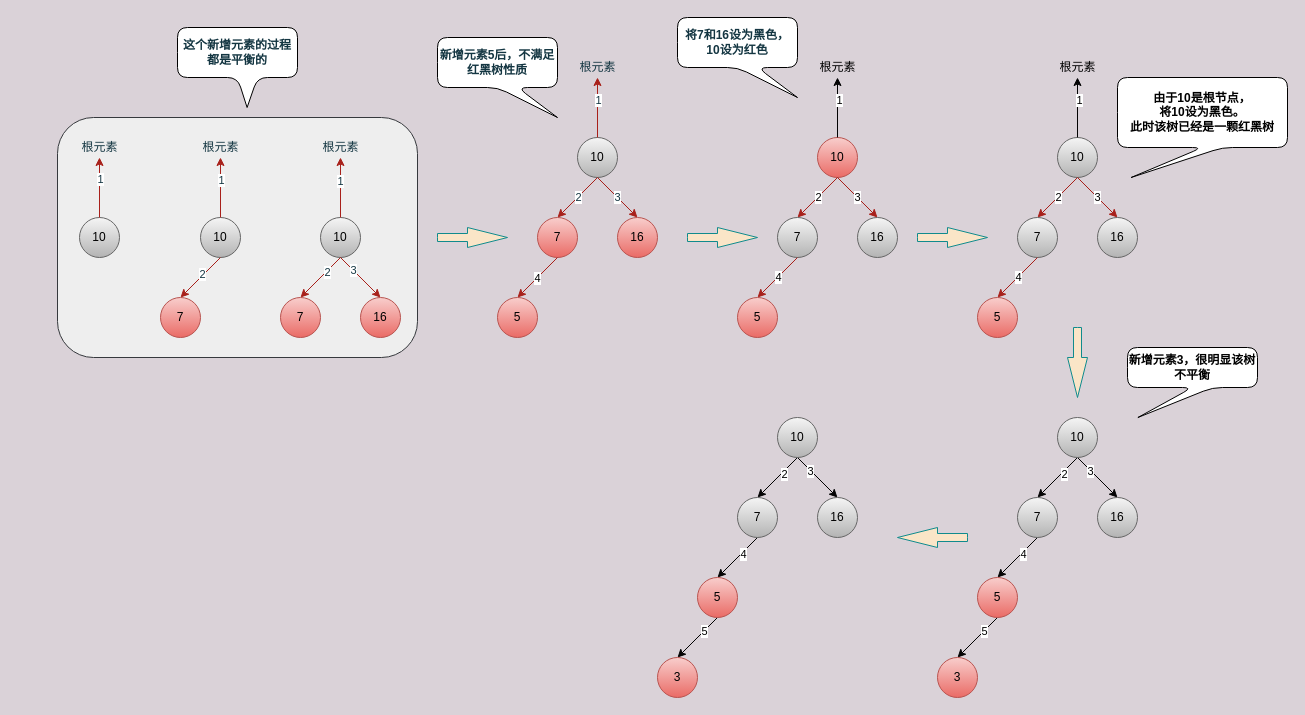
LDChing0321/JavaLearn keeps this draw.io diagram as typora/JavaSE/6 集合/drawio/TreeMap/维护红黑树平衡2.drawio. Above is the earlier version. Source tidied: cells renumbered, new cells numbered last; positions are measured from the earlier drawing's top-left corner, leaving out a move shared by most shapes. Both pictures are drawn from the tidied source at 100%, with x=0, y=0 at pixel (57, 17).
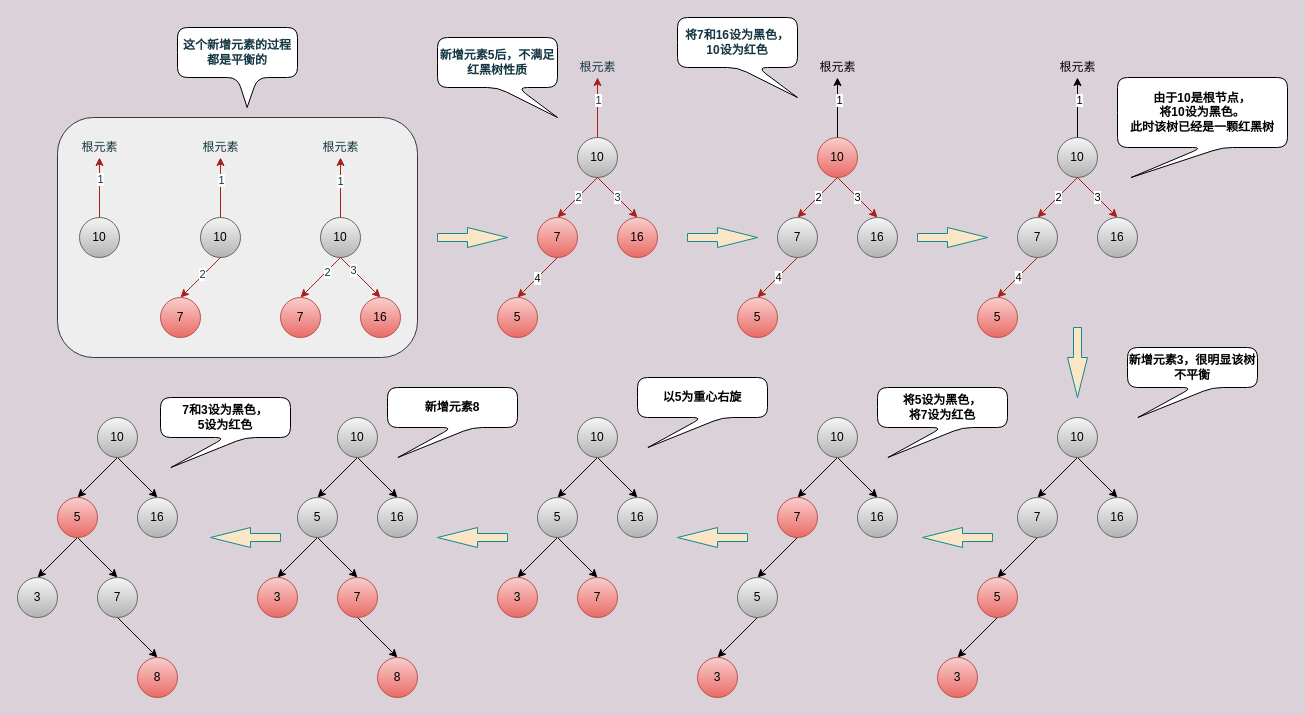
After the change.

Commit message (it also covers changes not shown here):
更新维护红黑树平衡2.drawio

The change refers to these unchanged cells:
```xml
<mxCell id="78" style="edgeStyle=none;rounded=0;jettySize=auto;html=1;exitX=0.5;exitY=1;exitDx=0;exitDy=0;entryX=0.5;entryY=0;entryDx=0;entryDy=0;strokeColor=#030303;" parent="1" edge="1" source="82" target="85">
  <mxGeometry relative="1" as="geometry" />
</mxCell>
<mxCell id="80" style="edgeStyle=none;rounded=0;jettySize=auto;html=1;exitX=0.5;exitY=1;exitDx=0;exitDy=0;entryX=0.5;entryY=0;entryDx=0;entryDy=0;strokeColor=#030303;" parent="1" edge="1" source="82" target="86">
  <mxGeometry relative="1" as="geometry" />
</mxCell>
<mxCell id="83" style="edgeStyle=none;rounded=0;jettySize=auto;html=1;exitX=0.5;exitY=1;exitDx=0;exitDy=0;entryX=0.5;entryY=0;entryDx=0;entryDy=0;strokeColor=#030303;" parent="1" edge="1" source="85" target="89">
  <mxGeometry relative="1" as="geometry" />
</mxCell>
<mxCell id="87" style="edgeStyle=none;rounded=0;jettySize=auto;html=1;exitX=0.5;exitY=1;exitDx=0;exitDy=0;entryX=0.5;entryY=0;entryDx=0;entryDy=0;strokeColor=#030303;" parent="1" edge="1" source="89" target="91">
  <mxGeometry relative="1" as="geometry" />
</mxCell>
<mxCell id="92" style="edgeStyle=none;rounded=0;jettySize=auto;html=1;exitX=0.5;exitY=1;exitDx=0;exitDy=0;entryX=0.5;entryY=0;entryDx=0;entryDy=0;strokeColor=#030303;" parent="1" edge="1" source="96" target="99">
  <mxGeometry relative="1" as="geometry" />
</mxCell>
<mxCell id="94" style="edgeStyle=none;rounded=0;jettySize=auto;html=1;exitX=0.5;exitY=1;exitDx=0;exitDy=0;entryX=0.5;entryY=0;entryDx=0;entryDy=0;strokeColor=#030303;" parent="1" edge="1" source="96" target="100">
  <mxGeometry relative="1" as="geometry" />
</mxCell>
<mxCell id="97" style="edgeStyle=none;rounded=0;jettySize=auto;html=1;exitX=0.5;exitY=1;exitDx=0;exitDy=0;entryX=0.5;entryY=0;entryDx=0;entryDy=0;strokeColor=#030303;" parent="1" edge="1" source="99" target="103">
  <mxGeometry relative="1" as="geometry" />
</mxCell>
<mxCell id="101" style="edgeStyle=none;rounded=0;jettySize=auto;html=1;exitX=0.5;exitY=1;exitDx=0;exitDy=0;entryX=0.5;entryY=0;entryDx=0;entryDy=0;strokeColor=#030303;" parent="1" edge="1" source="103" target="104">
  <mxGeometry relative="1" as="geometry" />
</mxCell>
```

The edit, as a diff of the source:
```diff
@@
-    <mxCell id="79" value="2" style="edgeLabel;html=1;align=center;verticalAlign=middle;" parent="78" vertex="1">
-      <mxGeometry x="-0.27" y="2" relative="1" as="geometry" />
-    </mxCell>
@@
-    <mxCell id="81" value="3" style="edgeLabel;html=1;align=center;verticalAlign=middle;" parent="80" vertex="1">
-      <mxGeometry x="-0.35" y="-1" relative="1" as="geometry" />
-    </mxCell>
@@
-    <mxCell id="84" value="4" style="edgeLabel;html=1;align=center;verticalAlign=middle;" parent="83" vertex="1">
-      <mxGeometry x="-0.23" y="1" relative="1" as="geometry" />
-    </mxCell>
@@
-    <mxCell id="88" value="5" style="edgeLabel;html=1;align=center;verticalAlign=middle;" parent="87" vertex="1">
-      <mxGeometry x="-0.32" relative="1" as="geometry" />
-    </mxCell>
@@
-    <mxCell id="93" value="2" style="edgeLabel;html=1;align=center;verticalAlign=middle;" parent="92" vertex="1">
-      <mxGeometry x="-0.27" y="2" relative="1" as="geometry" />
-    </mxCell>
@@
-    <mxCell id="95" value="3" style="edgeLabel;html=1;align=center;verticalAlign=middle;" parent="94" vertex="1">
-      <mxGeometry x="-0.35" y="-1" relative="1" as="geometry" />
-    </mxCell>
     <mxCell id="96" value="10" style="ellipse;whiteSpace=wrap;html=1;fillColor=#f5f5f5;strokeColor=#666666;gradientColor=#b3b3b3;" parent="1" vertex="1">
-      <mxGeometry x="720" y="400" width="40" height="40" as="geometry" />
+      <mxGeometry x="760" y="400" width="40" height="40" as="geometry" />
     </mxCell>
@@
-    <mxCell id="98" value="4" style="edgeLabel;html=1;align=center;verticalAlign=middle;" parent="97" vertex="1">
-      <mxGeometry x="-0.23" y="1" relative="1" as="geometry" />
-    </mxCell>
-    <mxCell id="99" value="7" style="ellipse;whiteSpace=wrap;html=1;fillColor=#f5f5f5;strokeColor=#666666;gradientColor=#b3b3b3;" parent="1" vertex="1">
-      <mxGeometry x="680" y="480" width="40" height="40" as="geometry" />
+    <mxCell id="99" value="7" style="ellipse;whiteSpace=wrap;html=1;fillColor=#f8cecc;strokeColor=#b85450;gradientColor=#ea6b66;" parent="1" vertex="1">
+      <mxGeometry x="720" y="480" width="40" height="40" as="geometry" />
     </mxCell>
     <mxCell id="100" value="16" style="ellipse;whiteSpace=wrap;html=1;fillColor=#f5f5f5;strokeColor=#666666;gradientColor=#b3b3b3;" parent="1" vertex="1">
-      <mxGeometry x="760" y="480" width="40" height="40" as="geometry" />
+      <mxGeometry x="800" y="480" width="40" height="40" as="geometry" />
     </mxCell>
@@
-    <mxCell id="102" value="5" style="edgeLabel;html=1;align=center;verticalAlign=middle;" parent="101" vertex="1">
-      <mxGeometry x="-0.32" relative="1" as="geometry" />
-    </mxCell>
-    <mxCell id="103" value="5" style="ellipse;whiteSpace=wrap;html=1;fillColor=#f8cecc;strokeColor=#b85450;gradientColor=#ea6b66;" parent="1" vertex="1">
-      <mxGeometry x="640" y="560" width="40" height="40" as="geometry" />
+    <mxCell id="103" value="5" style="ellipse;whiteSpace=wrap;html=1;fillColor=#f5f5f5;strokeColor=#666666;gradientColor=#b3b3b3;" parent="1" vertex="1">
+      <mxGeometry x="680" y="560" width="40" height="40" as="geometry" />
     </mxCell>
     <mxCell id="104" value="3" style="ellipse;whiteSpace=wrap;html=1;fillColor=#f8cecc;strokeColor=#b85450;gradientColor=#ea6b66;" parent="1" vertex="1">
-      <mxGeometry x="600" y="640" width="40" height="40" as="geometry" />
+      <mxGeometry x="640" y="640" width="40" height="40" as="geometry" />
     </mxCell>
     <mxCell id="105" style="html=1;shadow=0;dashed=0;align=center;verticalAlign=middle;shape=mxgraph.arrows2.arrow;dy=0.6;dx=40;notch=0;rounded=1;glass=0;sketch=0;fontColor=#143642;strokeColor=#0F8B8D;fillColor=#FAE5C7;direction=west;" parent="1" vertex="1">
-      <mxGeometry x="840" y="510" width="70" height="20" as="geometry" />
+      <mxGeometry x="865" y="510" width="70" height="20" as="geometry" />
     </mxCell>
+    <mxCell id="106" value="将5设为黑色，&lt;br&gt;将7设为红色" style="shape=callout;whiteSpace=wrap;html=1;perimeter=calloutPerimeter;position2=0.08;rounded=1;fontStyle=1;" parent="1" vertex="1">
+      <mxGeometry x="820" y="370" width="130" height="70" as="geometry" />
+    </mxCell>
+    <mxCell id="107" style="edgeStyle=none;rounded=0;jettySize=auto;html=1;exitX=0.5;exitY=1;exitDx=0;exitDy=0;entryX=0.5;entryY=0;entryDx=0;entryDy=0;strokeColor=#030303;" parent="1" edge="1" source="109" target="111">
+      <mxGeometry relative="1" as="geometry" />
+    </mxCell>
+    <mxCell id="108" style="edgeStyle=none;rounded=0;jettySize=auto;html=1;exitX=0.5;exitY=1;exitDx=0;exitDy=0;entryX=0.5;entryY=0;entryDx=0;entryDy=0;strokeColor=#030303;" parent="1" edge="1" source="109" target="114">
+      <mxGeometry relative="1" as="geometry" />
+    </mxCell>
+    <mxCell id="109" value="10" style="ellipse;whiteSpace=wrap;html=1;fillColor=#f5f5f5;strokeColor=#666666;gradientColor=#b3b3b3;" parent="1" vertex="1">
+      <mxGeometry x="520" y="400" width="40" height="40" as="geometry" />
+    </mxCell>
+    <mxCell id="110" value="7" style="ellipse;whiteSpace=wrap;html=1;fillColor=#f8cecc;strokeColor=#b85450;gradientColor=#ea6b66;" parent="1" vertex="1">
+      <mxGeometry x="520" y="560" width="40" height="40" as="geometry" />
+    </mxCell>
+    <mxCell id="111" value="16" style="ellipse;whiteSpace=wrap;html=1;fillColor=#f5f5f5;strokeColor=#666666;gradientColor=#b3b3b3;" parent="1" vertex="1">
+      <mxGeometry x="560" y="480" width="40" height="40" as="geometry" />
+    </mxCell>
+    <mxCell id="112" style="edgeStyle=none;rounded=0;jettySize=auto;html=1;exitX=0.5;exitY=1;exitDx=0;exitDy=0;entryX=0.5;entryY=0;entryDx=0;entryDy=0;strokeColor=#030303;" parent="1" edge="1" source="114" target="115">
+      <mxGeometry relative="1" as="geometry" />
+    </mxCell>
+    <mxCell id="113" style="edgeStyle=none;rounded=0;jettySize=auto;html=1;exitX=0.5;exitY=1;exitDx=0;exitDy=0;entryX=0.5;entryY=0;entryDx=0;entryDy=0;strokeColor=#030303;" parent="1" edge="1" source="114" target="110">
+      <mxGeometry relative="1" as="geometry" />
+    </mxCell>
+    <mxCell id="114" value="5" style="ellipse;whiteSpace=wrap;html=1;fillColor=#f5f5f5;strokeColor=#666666;gradientColor=#b3b3b3;" parent="1" vertex="1">
+      <mxGeometry x="480" y="480" width="40" height="40" as="geometry" />
+    </mxCell>
+    <mxCell id="115" value="3" style="ellipse;whiteSpace=wrap;html=1;fillColor=#f8cecc;strokeColor=#b85450;gradientColor=#ea6b66;" parent="1" vertex="1">
+      <mxGeometry x="440" y="560" width="40" height="40" as="geometry" />
+    </mxCell>
+    <mxCell id="116" style="html=1;shadow=0;dashed=0;align=center;verticalAlign=middle;shape=mxgraph.arrows2.arrow;dy=0.6;dx=40;notch=0;rounded=1;glass=0;sketch=0;fontColor=#143642;strokeColor=#0F8B8D;fillColor=#FAE5C7;direction=west;" parent="1" vertex="1">
+      <mxGeometry x="620" y="510" width="70" height="20" as="geometry" />
+    </mxCell>
+    <mxCell id="117" value="以5为重心右旋" style="shape=callout;whiteSpace=wrap;html=1;perimeter=calloutPerimeter;position2=0.08;rounded=1;fontStyle=1;" parent="1" vertex="1">
+      <mxGeometry x="580" y="360" width="130" height="70" as="geometry" />
+    </mxCell>
+    <mxCell id="118" style="edgeStyle=none;rounded=0;jettySize=auto;html=1;exitX=0.5;exitY=1;exitDx=0;exitDy=0;entryX=0.5;entryY=0;entryDx=0;entryDy=0;strokeColor=#030303;" parent="1" edge="1" source="120" target="123">
+      <mxGeometry relative="1" as="geometry" />
+    </mxCell>
+    <mxCell id="119" style="edgeStyle=none;rounded=0;jettySize=auto;html=1;exitX=0.5;exitY=1;exitDx=0;exitDy=0;entryX=0.5;entryY=0;entryDx=0;entryDy=0;strokeColor=#030303;" parent="1" edge="1" source="120" target="126">
+      <mxGeometry relative="1" as="geometry" />
+    </mxCell>
+    <mxCell id="120" value="10" style="ellipse;whiteSpace=wrap;html=1;fillColor=#f5f5f5;strokeColor=#666666;gradientColor=#b3b3b3;" parent="1" vertex="1">
+      <mxGeometry x="280" y="400" width="40" height="40" as="geometry" />
+    </mxCell>
+    <mxCell id="121" style="edgeStyle=none;rounded=0;jettySize=auto;html=1;exitX=0.5;exitY=1;exitDx=0;exitDy=0;entryX=0.5;entryY=0;entryDx=0;entryDy=0;strokeColor=#030303;" parent="1" edge="1" source="122" target="130">
+      <mxGeometry relative="1" as="geometry" />
+    </mxCell>
+    <mxCell id="122" value="7" style="ellipse;whiteSpace=wrap;html=1;fillColor=#f8cecc;strokeColor=#b85450;gradientColor=#ea6b66;" parent="1" vertex="1">
+      <mxGeometry x="280" y="560" width="40" height="40" as="geometry" />
+    </mxCell>
+    <mxCell id="123" value="16" style="ellipse;whiteSpace=wrap;html=1;fillColor=#f5f5f5;strokeColor=#666666;gradientColor=#b3b3b3;" parent="1" vertex="1">
+      <mxGeometry x="320" y="480" width="40" height="40" as="geometry" />
+    </mxCell>
+    <mxCell id="124" style="edgeStyle=none;rounded=0;jettySize=auto;html=1;exitX=0.5;exitY=1;exitDx=0;exitDy=0;entryX=0.5;entryY=0;entryDx=0;entryDy=0;strokeColor=#030303;" parent="1" edge="1" source="126" target="127">
+      <mxGeometry relative="1" as="geometry" />
+    </mxCell>
+    <mxCell id="125" style="edgeStyle=none;rounded=0;jettySize=auto;html=1;exitX=0.5;exitY=1;exitDx=0;exitDy=0;entryX=0.5;entryY=0;entryDx=0;entryDy=0;strokeColor=#030303;" parent="1" edge="1" source="126" target="122">
+      <mxGeometry relative="1" as="geometry" />
+    </mxCell>
+    <mxCell id="126" value="5" style="ellipse;whiteSpace=wrap;html=1;fillColor=#f5f5f5;strokeColor=#666666;gradientColor=#b3b3b3;" parent="1" vertex="1">
+      <mxGeometry x="240" y="480" width="40" height="40" as="geometry" />
+    </mxCell>
+    <mxCell id="127" value="3" style="ellipse;whiteSpace=wrap;html=1;fillColor=#f8cecc;strokeColor=#b85450;gradientColor=#ea6b66;" parent="1" vertex="1">
+      <mxGeometry x="200" y="560" width="40" height="40" as="geometry" />
+    </mxCell>
+    <mxCell id="128" style="html=1;shadow=0;dashed=0;align=center;verticalAlign=middle;shape=mxgraph.arrows2.arrow;dy=0.6;dx=40;notch=0;rounded=1;glass=0;sketch=0;fontColor=#143642;strokeColor=#0F8B8D;fillColor=#FAE5C7;direction=west;" parent="1" vertex="1">
+      <mxGeometry x="380" y="510" width="70" height="20" as="geometry" />
+    </mxCell>
+    <mxCell id="129" value="新增元素8" style="shape=callout;whiteSpace=wrap;html=1;perimeter=calloutPerimeter;position2=0.08;rounded=1;fontStyle=1;" parent="1" vertex="1">
+      <mxGeometry x="330" y="370" width="130" height="70" as="geometry" />
+    </mxCell>
+    <mxCell id="130" value="8" style="ellipse;whiteSpace=wrap;html=1;fillColor=#f8cecc;strokeColor=#b85450;gradientColor=#ea6b66;" parent="1" vertex="1">
+      <mxGeometry x="320" y="640" width="40" height="40" as="geometry" />
+    </mxCell>
+    <mxCell id="131" style="html=1;shadow=0;dashed=0;align=center;verticalAlign=middle;shape=mxgraph.arrows2.arrow;dy=0.6;dx=40;notch=0;rounded=1;glass=0;sketch=0;fontColor=#143642;strokeColor=#0F8B8D;fillColor=#FAE5C7;direction=west;" parent="1" vertex="1">
+      <mxGeometry x="153" y="510" width="70" height="20" as="geometry" />
+    </mxCell>
+    <mxCell id="132" style="edgeStyle=none;rounded=0;jettySize=auto;html=1;exitX=0.5;exitY=1;exitDx=0;exitDy=0;entryX=0.5;entryY=0;entryDx=0;entryDy=0;strokeColor=#030303;" parent="1" edge="1" source="134" target="140">
+      <mxGeometry relative="1" as="geometry" />
+    </mxCell>
+    <mxCell id="133" style="edgeStyle=none;rounded=0;jettySize=auto;html=1;exitX=0.5;exitY=1;exitDx=0;exitDy=0;entryX=0.5;entryY=0;entryDx=0;entryDy=0;strokeColor=#030303;" parent="1" edge="1" source="134" target="137">
+      <mxGeometry relative="1" as="geometry" />
+    </mxCell>
+    <mxCell id="134" value="10" style="ellipse;whiteSpace=wrap;html=1;fillColor=#f5f5f5;strokeColor=#666666;gradientColor=#b3b3b3;" parent="1" vertex="1">
+      <mxGeometry x="40" y="400" width="40" height="40" as="geometry" />
+    </mxCell>
+    <mxCell id="135" style="edgeStyle=none;rounded=0;jettySize=auto;html=1;exitX=0.5;exitY=1;exitDx=0;exitDy=0;entryX=0.5;entryY=0;entryDx=0;entryDy=0;strokeColor=#030303;" parent="1" edge="1" source="136" target="142">
+      <mxGeometry relative="1" as="geometry" />
+    </mxCell>
+    <mxCell id="136" value="7" style="ellipse;whiteSpace=wrap;html=1;fillColor=#f5f5f5;strokeColor=#666666;gradientColor=#b3b3b3;" parent="1" vertex="1">
+      <mxGeometry x="40" y="560" width="40" height="40" as="geometry" />
+    </mxCell>
+    <mxCell id="137" value="16" style="ellipse;whiteSpace=wrap;html=1;fillColor=#f5f5f5;strokeColor=#666666;gradientColor=#b3b3b3;" parent="1" vertex="1">
+      <mxGeometry x="80" y="480" width="40" height="40" as="geometry" />
+    </mxCell>
+    <mxCell id="138" style="edgeStyle=none;rounded=0;jettySize=auto;html=1;exitX=0.5;exitY=1;exitDx=0;exitDy=0;entryX=0.5;entryY=0;entryDx=0;entryDy=0;strokeColor=#030303;" parent="1" edge="1" source="140" target="141">
+      <mxGeometry relative="1" as="geometry" />
+    </mxCell>
+    <mxCell id="139" style="edgeStyle=none;rounded=0;jettySize=auto;html=1;exitX=0.5;exitY=1;exitDx=0;exitDy=0;entryX=0.5;entryY=0;entryDx=0;entryDy=0;strokeColor=#030303;" parent="1" edge="1" source="140" target="136">
+      <mxGeometry relative="1" as="geometry" />
+    </mxCell>
+    <mxCell id="140" value="5" style="ellipse;whiteSpace=wrap;html=1;fillColor=#f8cecc;strokeColor=#b85450;gradientColor=#ea6b66;" parent="1" vertex="1">
+      <mxGeometry y="480" width="40" height="40" as="geometry" />
+    </mxCell>
+    <mxCell id="141" value="3" style="ellipse;whiteSpace=wrap;html=1;fillColor=#f5f5f5;strokeColor=#666666;gradientColor=#b3b3b3;" parent="1" vertex="1">
+      <mxGeometry x="-40" y="560" width="40" height="40" as="geometry" />
+    </mxCell>
+    <mxCell id="142" value="8" style="ellipse;whiteSpace=wrap;html=1;fillColor=#f8cecc;strokeColor=#b85450;gradientColor=#ea6b66;" parent="1" vertex="1">
+      <mxGeometry x="80" y="640" width="40" height="40" as="geometry" />
+    </mxCell>
+    <mxCell id="143" value="7和3设为黑色，&lt;br&gt;5设为红色" style="shape=callout;whiteSpace=wrap;html=1;perimeter=calloutPerimeter;position2=0.08;rounded=1;fontStyle=1;" parent="1" vertex="1">
+      <mxGeometry x="103" y="380" width="130" height="70" as="geometry" />
+    </mxCell>
```
